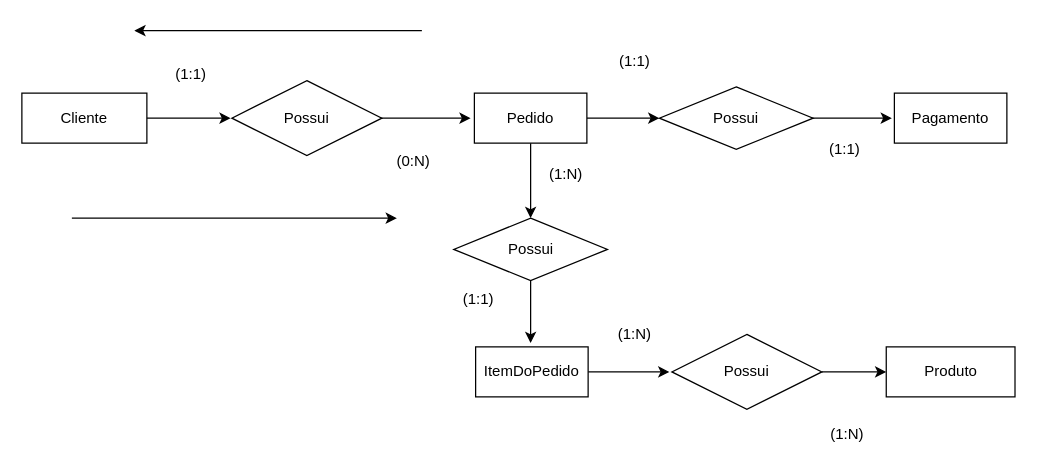
Before: page "Modelo Conceitual" (1 of 3) of BancoDeDados/ProjetoECommerce.drawio in ThalitaNeves95/ProjetoECommerce, a draw.io diagram. Source tidied: cells renumbered, new cells numbered last; positions are measured from the earlier drawing's top-left corner, leaving out a move shared by most shapes. Both pictures are drawn from the tidied source at 125%, with x=0, y=0 at pixel (21, 30).
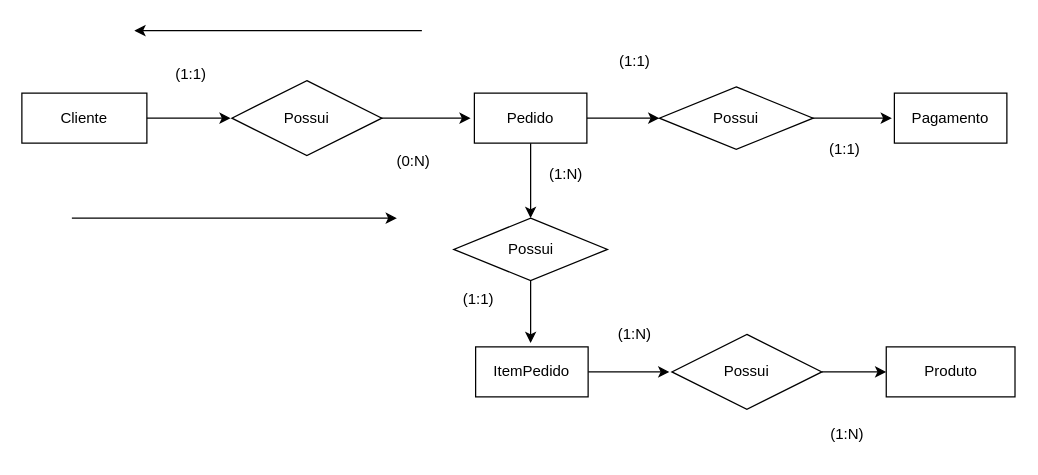
Above is the later version.

What changed in the source:
```diff
@@
-    <mxCell id="18" value="ItemDoPedido" style="whiteSpace=wrap;html=1;" parent="1" vertex="1">
+    <mxCell id="18" value="ItemPedido" style="whiteSpace=wrap;html=1;" parent="1" vertex="1">
       <mxGeometry x="363" y="253" width="90" height="40" as="geometry" />
     </mxCell>
```
